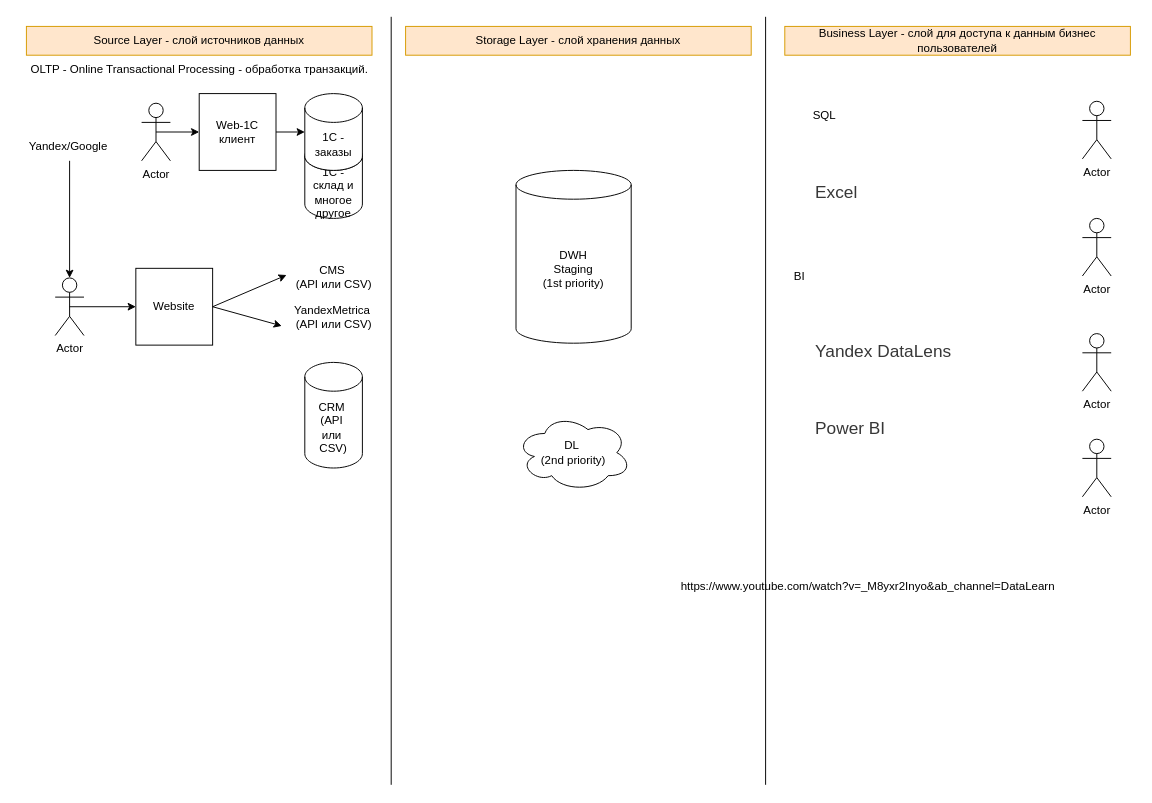
Data-Learn/data-engineering keeps this draw.io diagram as DE-101 Modules/Module01/DE - 101 Lab 1.1/Homework_SAV/20240614_Архитектура_Аналитического_Решения(ШАВ).drawio. Above is the earlier version. Source tidied: cells renumbered, new cells numbered last; positions are measured from the earlier drawing's top-left corner, leaving out a move shared by most shapes. Both pictures are drawn from the tidied source at 96%, with x=0, y=0 at pixel (16, 16). Pictures stored in the file or linked from it are replaced by grey dashed boxes.
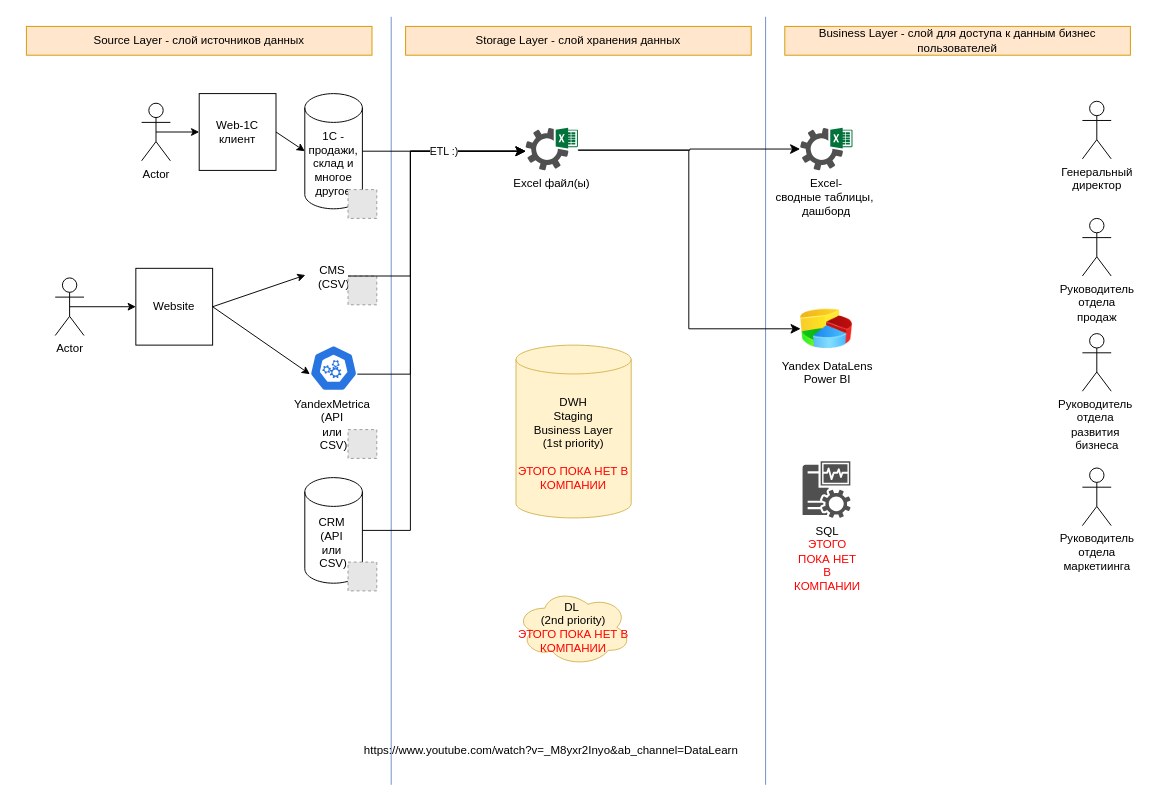
Above is the later version.

The change refers to these unchanged cells:
```xml
<mxCell id="12" value="Actor" style="shape=umlActor;verticalLabelPosition=bottom;verticalAlign=top;html=1;outlineConnect=0;" parent="1" vertex="1">
  <mxGeometry x="40" y="272" width="30" height="60" as="geometry" />
</mxCell>
<mxCell id="16" value="Website" style="whiteSpace=wrap;html=1;" parent="1" vertex="1">
  <mxGeometry x="124" y="262" width="80" height="80" as="geometry" />
</mxCell>
```

The edit, as a diff of the source:
```diff
@@
-    <mxCell id="2" style="endArrow=none;html=1;rounded=0;" parent="1" edge="1">
+    <mxCell id="2" style="endArrow=none;html=1;rounded=0;fillColor=#dae8fc;strokeColor=#6c8ebf;" parent="1" edge="1">
       <mxGeometry relative="1" as="geometry">
         <mxPoint x="390" y="800" as="sourcePoint" />
         <mxPoint x="390" as="targetPoint" />
       </mxGeometry>
     </mxCell>
@@
-    <mxCell id="6" style="endArrow=none;html=1;rounded=0;" parent="1" edge="1">
+    <mxCell id="6" style="endArrow=none;html=1;rounded=0;fillColor=#dae8fc;strokeColor=#6c8ebf;" parent="1" edge="1">
       <mxGeometry relative="1" as="geometry">
         <mxPoint x="780" y="800" as="sourcePoint" />
         <mxPoint x="780" as="targetPoint" />
       </mxGeometry>
     </mxCell>
-    <mxCell id="7" value="&lt;span style=&quot;color: rgb(55, 55, 55); font-family: Jost, sans-serif; font-size: 18px; font-style: normal; font-variant-ligatures: normal; font-variant-caps: normal; font-weight: 400; letter-spacing: normal; orphans: 2; text-align: start; text-indent: 0px; text-transform: none; widows: 2; word-spacing: 0px; -webkit-text-stroke-width: 0px; white-space: normal; background-color: rgb(255, 255, 255); text-decoration-thickness: initial; text-decoration-style: initial; text-decoration-color: initial; display: inline !important; float: none;&quot;&gt;Yandex DataLens&lt;/span&gt;" style="text;whiteSpace=wrap;html=1;" parent="1" vertex="1">
-      <mxGeometry x="830" y="332" width="320" height="50" as="geometry" />
-    </mxCell>
-    <mxCell id="8" value="&lt;span style=&quot;color: rgb(55, 55, 55); font-family: Jost, sans-serif; font-size: 18px; font-style: normal; font-variant-ligatures: normal; font-variant-caps: normal; font-weight: 400; letter-spacing: normal; orphans: 2; text-align: start; text-indent: 0px; text-transform: none; widows: 2; word-spacing: 0px; -webkit-text-stroke-width: 0px; white-space: normal; background-color: rgb(255, 255, 255); text-decoration-thickness: initial; text-decoration-style: initial; text-decoration-color: initial; display: inline !important; float: none;&quot;&gt;Excel&lt;/span&gt;" style="text;whiteSpace=wrap;html=1;" parent="1" vertex="1">
-      <mxGeometry x="830" y="166" width="320" height="50" as="geometry" />
-    </mxCell>
-    <mxCell id="9" value="&lt;span style=&quot;box-sizing: inherit; color: rgb(55, 55, 55); font-family: Jost, sans-serif; font-size: 18px; font-style: normal; font-variant-ligatures: normal; font-variant-caps: normal; letter-spacing: normal; orphans: 2; text-align: start; text-indent: 0px; text-transform: none; widows: 2; word-spacing: 0px; -webkit-text-stroke-width: 0px; white-space: normal; background-color: rgb(255, 255, 255); text-decoration-thickness: initial; text-decoration-style: initial; text-decoration-color: initial;&quot;&gt;Power BI&lt;/span&gt;" style="text;whiteSpace=wrap;html=1;fontStyle=0;" parent="1" vertex="1">
-      <mxGeometry x="830" y="412" width="110" height="50" as="geometry" />
-    </mxCell>
-    <mxCell id="10" value="DWH&lt;div&gt;Staging&lt;br&gt;&lt;div&gt;(1st priority)&lt;/div&gt;&lt;/div&gt;" style="shape=cylinder3;whiteSpace=wrap;html=1;boundedLbl=1;backgroundOutline=1;size=15;" parent="1" vertex="1">
-      <mxGeometry x="520" y="160" width="120" height="180" as="geometry" />
+    <mxCell id="10" value="DWH&lt;div&gt;Staging&lt;/div&gt;&lt;div&gt;Business Layer&lt;br&gt;&lt;div&gt;(1st priority)&lt;/div&gt;&lt;/div&gt;&lt;div&gt;&lt;br&gt;&lt;/div&gt;&lt;div&gt;&lt;font color=&quot;#ff0000&quot;&gt;ЭТОГО ПОКА НЕТ В КОМПАНИИ&lt;/font&gt;&lt;/div&gt;" style="shape=cylinder3;whiteSpace=wrap;html=1;boundedLbl=1;backgroundOutline=1;size=15;fillColor=#fff2cc;strokeColor=#d6b656;" parent="1" vertex="1">
+      <mxGeometry x="520" y="342" width="120" height="180" as="geometry" />
     </mxCell>
-    <mxCell id="11" value="CRM&amp;nbsp;&lt;div&gt;(&lt;span style=&quot;text-wrap: nowrap;&quot;&gt;API&amp;nbsp;&lt;/span&gt;&lt;/div&gt;&lt;div&gt;&lt;span style=&quot;text-wrap: nowrap;&quot;&gt;или&amp;nbsp;&lt;/span&gt;&lt;/div&gt;&lt;div&gt;&lt;span style=&quot;text-wrap: nowrap;&quot;&gt;CSV)&lt;/span&gt;&lt;/div&gt;" style="shape=cylinder3;whiteSpace=wrap;html=1;boundedLbl=1;backgroundOutline=1;size=15;" parent="1" vertex="1">
-      <mxGeometry x="300" y="360" width="60" height="110" as="geometry" />
-    </mxCell>
@@
-    <mxCell id="13" value="Yandex/Google&amp;nbsp;" style="text;html=1;align=center;verticalAlign=middle;points=[];strokeColor=none;fillColor=none;" parent="1" vertex="1">
-      <mxGeometry y="120" width="110" height="30" as="geometry" />
-    </mxCell>
-    <mxCell id="14" style="endArrow=classic;html=1;rounded=0;entryX=0.5;entryY=0;entryDx=0;entryDy=0;entryPerimeter=0;" parent="1" edge="1" source="13" target="12">
-      <mxGeometry relative="1" as="geometry" />
-    </mxCell>
@@
-    <mxCell id="21" value="YandexMetrica&amp;nbsp;&lt;div&gt;(API или CSV)&lt;/div&gt;" style="text;html=1;align=center;verticalAlign=middle;points=[];strokeColor=none;fillColor=none;" parent="1" vertex="1">
-      <mxGeometry x="275" y="293" width="110" height="40" as="geometry" />
-    </mxCell>
-    <mxCell id="22" value="1С - склад и многое другое" style="shape=cylinder3;whiteSpace=wrap;html=1;boundedLbl=1;backgroundOutline=1;size=15;" parent="1" vertex="1">
-      <mxGeometry x="300" y="130" width="60" height="80" as="geometry" />
-    </mxCell>
-    <mxCell id="23" value="1С - заказы" style="shape=cylinder3;whiteSpace=wrap;html=1;boundedLbl=1;backgroundOutline=1;size=15;" parent="1" vertex="1">
-      <mxGeometry x="300" y="80" width="60" height="80" as="geometry" />
-    </mxCell>
-    <mxCell id="24" value="OLTP - Online Transactional Processing - обработка транзакций." style="text;html=1;align=center;verticalAlign=middle;strokeColor=none;fillColor=none;" parent="1" vertex="1">
-      <mxGeometry x="5" y="40" width="370" height="30" as="geometry" />
-    </mxCell>
-    <mxCell id="25" style="endArrow=classic;html=1;rounded=0;exitX=1;exitY=0.5;exitDx=0;exitDy=0;entryX=0.009;entryY=0.725;entryDx=0;entryDy=0;entryPerimeter=0;" parent="1" edge="1" source="16" target="21">
+    <mxCell id="25" style="endArrow=classic;html=1;rounded=0;exitX=1;exitY=0.5;exitDx=0;exitDy=0;entryX=0.005;entryY=0.63;entryDx=0;entryDy=0;entryPerimeter=0;" parent="1" edge="1" source="16" target="41">
       <mxGeometry relative="1" as="geometry" />
     </mxCell>
-    <mxCell id="26" value="CMS&amp;nbsp;&lt;div&gt;(API или CSV)&lt;/div&gt;" style="text;html=1;align=center;verticalAlign=middle;points=[];strokeColor=none;fillColor=none;" parent="1" vertex="1">
-      <mxGeometry x="280" y="251" width="100" height="40" as="geometry" />
-    </mxCell>
@@
-    <mxCell id="28" value="DL&amp;nbsp;&lt;div&gt;(2nd priority)&lt;/div&gt;" style="ellipse;shape=cloud;whiteSpace=wrap;html=1;" parent="1" vertex="1">
-      <mxGeometry x="520" y="414" width="120" height="80" as="geometry" />
+    <mxCell id="28" value="DL&amp;nbsp;&lt;div&gt;(2nd priority)&lt;/div&gt;&lt;div&gt;&lt;span style=&quot;color: rgb(255, 0, 0);&quot;&gt;ЭТОГО ПОКА НЕТ В КОМПАНИИ&lt;/span&gt;&lt;br&gt;&lt;/div&gt;" style="ellipse;shape=cloud;whiteSpace=wrap;html=1;fillColor=#fff2cc;strokeColor=#d6b656;" parent="1" vertex="1">
+      <mxGeometry x="520" y="596" width="120" height="80" as="geometry" />
     </mxCell>
-    <mxCell id="29" value="SQL" style="text;html=1;align=center;verticalAlign=middle;strokeColor=none;fillColor=none;" parent="1" vertex="1">
-      <mxGeometry x="816" y="88" width="50" height="30" as="geometry" />
-    </mxCell>
-    <mxCell id="30" value="BI" style="text;html=1;align=center;verticalAlign=middle;strokeColor=none;fillColor=none;" parent="1" vertex="1">
-      <mxGeometry x="800" y="256" width="30" height="30" as="geometry" />
-    </mxCell>
-    <mxCell id="31" value="Actor" style="shape=umlActor;verticalLabelPosition=bottom;verticalAlign=top;html=1;" parent="1" vertex="1">
+    <mxCell id="31" value="&lt;div&gt;Генеральный&lt;/div&gt;&lt;div&gt;директор&lt;/div&gt;" style="shape=umlActor;verticalLabelPosition=bottom;verticalAlign=top;html=1;" parent="1" vertex="1">
       <mxGeometry x="1110" y="88" width="30" height="60" as="geometry" />
     </mxCell>
-    <mxCell id="32" value="Actor" style="shape=umlActor;verticalLabelPosition=bottom;verticalAlign=top;html=1;" parent="1" vertex="1">
+    <mxCell id="32" value="Руководитель&lt;div&gt;отдела&lt;/div&gt;&lt;div&gt;продаж&lt;/div&gt;" style="shape=umlActor;verticalLabelPosition=bottom;verticalAlign=top;html=1;" parent="1" vertex="1">
       <mxGeometry x="1110" y="210" width="30" height="60" as="geometry" />
     </mxCell>
-    <mxCell id="33" value="Actor" style="shape=umlActor;verticalLabelPosition=bottom;verticalAlign=top;html=1;" parent="1" vertex="1">
+    <mxCell id="33" value="Руководитель&amp;nbsp;&lt;div&gt;отдела&amp;nbsp;&lt;/div&gt;&lt;div&gt;развития&amp;nbsp;&lt;/div&gt;&lt;div&gt;бизнеса&lt;/div&gt;" style="shape=umlActor;verticalLabelPosition=bottom;verticalAlign=top;html=1;" parent="1" vertex="1">
       <mxGeometry x="1110" y="330" width="30" height="60" as="geometry" />
     </mxCell>
-    <mxCell id="34" value="Actor" style="shape=umlActor;verticalLabelPosition=bottom;verticalAlign=top;html=1;" parent="1" vertex="1">
-      <mxGeometry x="1110" y="440" width="30" height="60" as="geometry" />
+    <mxCell id="34" value="Руководитель&lt;div&gt;отдела&lt;/div&gt;&lt;div&gt;маркетиинга&lt;/div&gt;" style="shape=umlActor;verticalLabelPosition=bottom;verticalAlign=top;html=1;" parent="1" vertex="1">
+      <mxGeometry x="1110" y="470" width="30" height="60" as="geometry" />
     </mxCell>
     <mxCell id="35" value="https://www.youtube.com/watch?v=_M8yxr2Inyo&amp;ab_channel=DataLearn" style="text;whiteSpace=wrap;" parent="1" vertex="1">
-      <mxGeometry x="690" y="580" width="420" height="40" as="geometry" />
+      <mxGeometry x="360" y="750" width="420" height="40" as="geometry" />
     </mxCell>
+    <mxCell id="36" value="Yandex DataLens&lt;div&gt;Power BI&lt;/div&gt;" style="image;html=1;image=img/lib/clip_art/finance/Pie_Chart_128x128.png;" parent="1" vertex="1">
+      <mxGeometry x="816.5" y="300" width="54" height="50" as="geometry" />
+    </mxCell>
+    <mxCell id="37" value="Excel-&lt;div&gt;сводные таблицы,&amp;nbsp;&lt;div&gt;дашборд&lt;/div&gt;&lt;/div&gt;" style="sketch=0;shadow=0;dashed=0;html=1;strokeColor=none;fillColor=#505050;labelPosition=center;verticalLabelPosition=bottom;verticalAlign=top;outlineConnect=0;align=center;shape=mxgraph.office.services.excel_services;" parent="1" vertex="1">
+      <mxGeometry x="816" y="115.5" width="54.5" height="44.5" as="geometry" />
+    </mxCell>
+    <mxCell id="38" style="group;" parent="1" vertex="1">
+      <mxGeometry x="300" y="480" width="75" height="118" as="geometry" />
+    </mxCell>
+    <mxCell id="11" value="CRM&amp;nbsp;&lt;div&gt;(&lt;span style=&quot;text-wrap: nowrap;&quot;&gt;API&amp;nbsp;&lt;/span&gt;&lt;/div&gt;&lt;div&gt;&lt;span style=&quot;text-wrap: nowrap;&quot;&gt;или&amp;nbsp;&lt;/span&gt;&lt;/div&gt;&lt;div&gt;&lt;span style=&quot;text-wrap: nowrap;&quot;&gt;CSV)&lt;/span&gt;&lt;/div&gt;" style="shape=cylinder3;whiteSpace=wrap;html=1;boundedLbl=1;backgroundOutline=1;size=15;" parent="38" vertex="1">
+      <mxGeometry width="60" height="110" as="geometry" />
+    </mxCell>
+    <mxCell id="39" style="fillColor=#E6E6E6;strokeColor=#999999;dashed=1;html=1;verticalAlign=top;verticalLabelPosition=bottom;labelBackgroundColor=#ffffff;" parent="38" vertex="1">
+      <mxGeometry x="45" y="88" width="30" height="30" as="geometry" />
+    </mxCell>
+    <mxCell id="40" style="group;" parent="1" vertex="1">
+      <mxGeometry x="275" y="342" width="110" height="118" as="geometry" />
+    </mxCell>
+    <mxCell id="21" value="YandexMetrica&amp;nbsp;&lt;div&gt;(API&amp;nbsp;&lt;/div&gt;&lt;div&gt;или&amp;nbsp;&lt;/div&gt;&lt;div&gt;CSV)&lt;/div&gt;" style="text;html=1;align=center;verticalAlign=middle;points=[];strokeColor=none;fillColor=none;" parent="40" vertex="1">
+      <mxGeometry y="48" width="110" height="70" as="geometry" />
+    </mxCell>
+    <mxCell id="41" style="sketch=0;html=1;dashed=0;whitespace=wrap;verticalLabelPosition=bottom;verticalAlign=top;fillColor=#2875E2;strokeColor=#ffffff;points=[[0.005,0.63,0],[0.1,0.2,0],[0.9,0.2,0],[0.5,0,0],[0.995,0.63,0],[0.72,0.99,0],[0.5,1,0],[0.28,0.99,0]];shape=mxgraph.kubernetes.icon2;prIcon=api;" parent="40" vertex="1">
+      <mxGeometry x="30" width="50" height="48" as="geometry" />
+    </mxCell>
+    <mxCell id="42" style="fillColor=#E6E6E6;strokeColor=#999999;dashed=1;html=1;verticalAlign=top;verticalLabelPosition=bottom;labelBackgroundColor=#ffffff;" parent="40" vertex="1">
+      <mxGeometry x="70" y="88" width="30" height="30" as="geometry" />
+    </mxCell>
+    <mxCell id="43" style="group;" parent="1" vertex="1">
+      <mxGeometry x="300" y="251" width="75" height="49" as="geometry" />
+    </mxCell>
+    <mxCell id="26" value="CMS&amp;nbsp;&lt;div&gt;(CSV)&lt;/div&gt;" style="text;html=1;align=center;verticalAlign=middle;points=[];strokeColor=none;fillColor=none;" parent="43" vertex="1">
+      <mxGeometry width="60" height="40" as="geometry" />
+    </mxCell>
+    <mxCell id="44" style="fillColor=#E6E6E6;strokeColor=#999999;dashed=1;html=1;verticalAlign=top;verticalLabelPosition=bottom;labelBackgroundColor=#ffffff;" parent="43" vertex="1">
+      <mxGeometry x="45" y="19" width="30" height="30" as="geometry" />
+    </mxCell>
+    <mxCell id="45" style="group;" parent="1" vertex="1">
+      <mxGeometry x="300" y="80" width="75" height="130" as="geometry" />
+    </mxCell>
+    <mxCell id="23" value="1С - продажи, склад и многое другое" style="shape=cylinder3;whiteSpace=wrap;html=1;boundedLbl=1;backgroundOutline=1;size=15;" parent="45" vertex="1">
+      <mxGeometry width="60" height="120" as="geometry" />
+    </mxCell>
+    <mxCell id="46" style="fillColor=#E6E6E6;strokeColor=#999999;dashed=1;html=1;verticalAlign=top;verticalLabelPosition=bottom;labelBackgroundColor=#ffffff;" parent="45" vertex="1">
+      <mxGeometry x="45" y="100" width="30" height="30" as="geometry" />
+    </mxCell>
+    <mxCell id="47" value="Excel файл(ы)" style="sketch=0;shadow=0;dashed=0;html=1;strokeColor=none;fillColor=#505050;labelPosition=center;verticalLabelPosition=bottom;verticalAlign=top;outlineConnect=0;align=center;shape=mxgraph.office.services.excel_services;" parent="1" vertex="1">
+      <mxGeometry x="530" y="115.5" width="54.5" height="44.5" as="geometry" />
+    </mxCell>
+    <mxCell id="48" style="edgeStyle=elbowEdgeStyle;elbow=horizontal;endArrow=classic;html=1;curved=0;rounded=0;endSize=8;startSize=8;entryX=0;entryY=0.5;entryDx=0;entryDy=0;exitX=0.999;exitY=0.524;exitDx=0;exitDy=0;exitPerimeter=0;" parent="1" edge="1" source="47" target="36">
+      <mxGeometry relative="1" as="geometry" />
+    </mxCell>
+    <mxCell id="49" style="edgeStyle=elbowEdgeStyle;elbow=horizontal;endArrow=classic;html=1;curved=0;rounded=0;endSize=8;startSize=8;entryX=0;entryY=0.551;entryDx=0;entryDy=0;entryPerimeter=0;exitX=0;exitY=0;exitDx=0;exitDy=0;" parent="1" edge="1" source="44" target="47">
+      <mxGeometry relative="1" as="geometry">
+        <Array as="points">
+          <mxPoint x="410" y="207" />
+        </Array>
+      </mxGeometry>
+    </mxCell>
+    <mxCell id="50" style="edgeStyle=elbowEdgeStyle;elbow=horizontal;endArrow=classic;html=1;curved=0;rounded=0;endSize=8;startSize=8;exitX=0.995;exitY=0.63;exitDx=0;exitDy=0;exitPerimeter=0;" parent="1" edge="1" source="41">
+      <mxGeometry relative="1" as="geometry">
+        <mxPoint x="530" y="140" as="targetPoint" />
+        <Array as="points">
+          <mxPoint x="410" y="250" />
+        </Array>
+      </mxGeometry>
+    </mxCell>
+    <mxCell id="51" style="edgeStyle=elbowEdgeStyle;elbow=horizontal;endArrow=classic;html=1;curved=0;rounded=0;endSize=8;startSize=8;exitX=1;exitY=0.5;exitDx=0;exitDy=0;exitPerimeter=0;" parent="1" edge="1" source="11">
+      <mxGeometry relative="1" as="geometry">
+        <mxPoint x="530" y="140" as="targetPoint" />
+        <Array as="points">
+          <mxPoint x="410" y="340" />
+        </Array>
+      </mxGeometry>
+    </mxCell>
+    <mxCell id="52" value="ETL :)" style="edgeStyle=elbowEdgeStyle;elbow=horizontal;endArrow=classic;html=1;curved=0;rounded=0;endSize=8;startSize=8;exitX=1;exitY=0.5;exitDx=0;exitDy=0;exitPerimeter=0;" parent="1" edge="1" source="23">
+      <mxGeometry relative="1" as="geometry">
+        <mxPoint x="530" y="140" as="targetPoint" />
+      </mxGeometry>
+    </mxCell>
+    <mxCell id="53" style="edgeStyle=elbowEdgeStyle;elbow=horizontal;endArrow=classic;html=1;curved=0;rounded=0;endSize=8;startSize=8;" parent="1" edge="1" target="37">
+      <mxGeometry relative="1" as="geometry">
+        <mxPoint x="585" y="139" as="sourcePoint" />
+      </mxGeometry>
+    </mxCell>
+    <mxCell id="54" value="SQL&lt;div&gt;&lt;span style=&quot;text-wrap: wrap; color: rgb(255, 0, 0);&quot;&gt;ЭТОГО ПОКА НЕТ В КОМПАНИИ&lt;/span&gt;&lt;/div&gt;" style="sketch=0;shadow=0;dashed=0;html=1;strokeColor=none;fillColor=#505050;labelPosition=center;verticalLabelPosition=bottom;verticalAlign=top;align=center;shape=mxgraph.office.servers.monitoring_sql_reporting_services;" parent="1" vertex="1">
+      <mxGeometry x="818.5" y="463" width="50" height="59" as="geometry" />
+    </mxCell>
```
